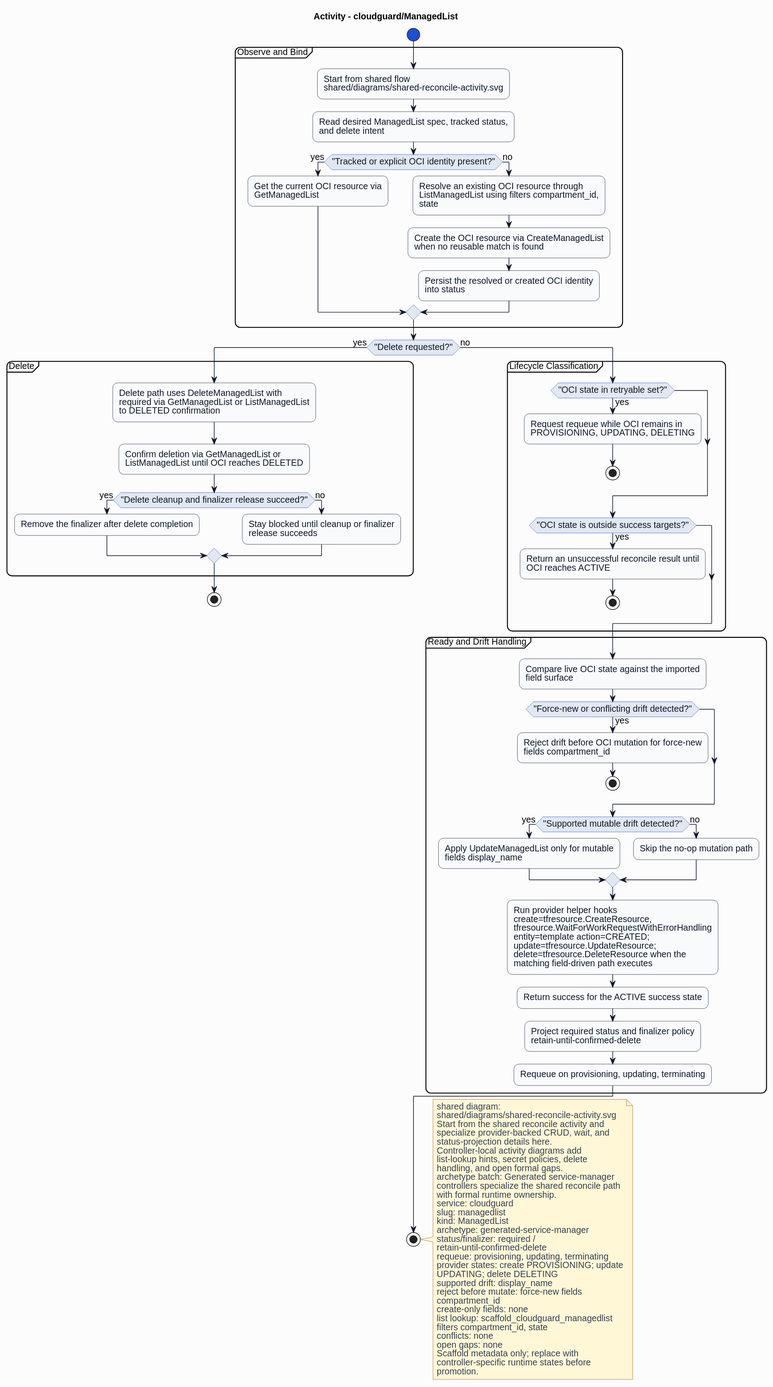
HaoyL666/oci-service-operator keeps this PlantUML diagram as formal/controllers/cloudguard/managedlist/diagrams/activity.svg. Above is the earlier version. The source it was exported from:
```plantuml
@startuml
skinparam shadowing false
skinparam backgroundColor #fcfcfd
skinparam defaultFontName Helvetica
skinparam defaultFontSize 14
skinparam arrowColor #0f172a
skinparam noteBackgroundColor #fff7d6
skinparam noteBorderColor #b45309
skinparam noteFontColor #334155
skinparam roundcorner 16
title Activity - cloudguard/ManagedList
skinparam activity {
  backgroundColor #f8fafc
  borderColor #0f172a
  fontColor #0f172a
  diamondBackgroundColor #e2e8f0
  diamondBorderColor #1d4ed8
  diamondFontColor #0f172a
  startColor #1d4ed8
  endColor #0f172a
  barColor #1d4ed8
}
start
partition "Observe and Bind" {
:Start from shared flow\nshared/diagrams/shared-reconcile-activity.svg;
:Read desired ManagedList spec, tracked status,\nand delete intent;
if ("Tracked or explicit OCI identity present?") then (yes)
:Get the current OCI resource via\nGetManagedList;
else (no)
:Resolve an existing OCI resource through\nListManagedList using filters compartment_id,\nstate;
:Create the OCI resource via CreateManagedList\nwhen no reusable match is found;
:Persist the resolved or created OCI identity\ninto status;
endif
}
if ("Delete requested?") then (yes)
partition "Delete" {
:Delete path uses DeleteManagedList with\nrequired via GetManagedList or ListManagedList\nto DELETED confirmation;
:Confirm deletion via GetManagedList or\nListManagedList until OCI reaches DELETED;
if ("Delete cleanup and finalizer release succeed?") then (yes)
:Remove the finalizer after delete completion;
else (no)
:Stay blocked until cleanup or finalizer\nrelease succeeds;
endif
}
stop
else (no)
partition "Lifecycle Classification" {
if ("OCI state in retryable set?") then (yes)
:Request requeue while OCI remains in\nPROVISIONING, UPDATING, DELETING;
stop
endif
if ("OCI state is outside success targets?") then (yes)
:Return an unsuccessful reconcile result until\nOCI reaches ACTIVE;
stop
endif
}
partition "Ready and Drift Handling" {
:Compare live OCI state against the imported\nfield surface;
if ("Force-new or conflicting drift detected?") then (yes)
:Reject drift before OCI mutation for force-new\nfields compartment_id;
stop
endif
if ("Supported mutable drift detected?") then (yes)
:Apply UpdateManagedList only for mutable\nfields display_name;
else (no)
:Skip the no-op mutation path;
endif
:Run provider helper hooks\ncreate=tfresource.CreateResource,\ntfresource.WaitForWorkRequestWithErrorHandling\nentity=template action=CREATED;\nupdate=tfresource.UpdateResource;\ndelete=tfresource.DeleteResource when the\nmatching field-driven path executes;
:Return success for the ACTIVE success state;
:Project required status and finalizer policy\nretain-until-confirmed-delete;
:Requeue on provisioning, updating, terminating;
}
endif
stop
note right
shared diagram:
shared/diagrams/shared-reconcile-activity.svg
Start from the shared reconcile activity and
specialize provider-backed CRUD, wait, and
status-projection details here.
Controller-local activity diagrams add
list-lookup hints, secret policies, delete
handling, and open formal gaps.
archetype batch: Generated service-manager
controllers specialize the shared reconcile path
with formal runtime ownership.
service: cloudguard
slug: managedlist
kind: ManagedList
archetype: generated-service-manager
status/finalizer: required /
retain-until-confirmed-delete
requeue: provisioning, updating, terminating
provider states: create PROVISIONING; update
UPDATING; delete DELETING
supported drift: display_name
reject before mutate: force-new fields
compartment_id
create-only fields: none
list lookup: scaffold_cloudguard_managedlist
filters compartment_id, state
conflicts: none
open gaps: none
Scaffold metadata only; replace with
controller-specific runtime states before
promotion.
end note
@enduml
```
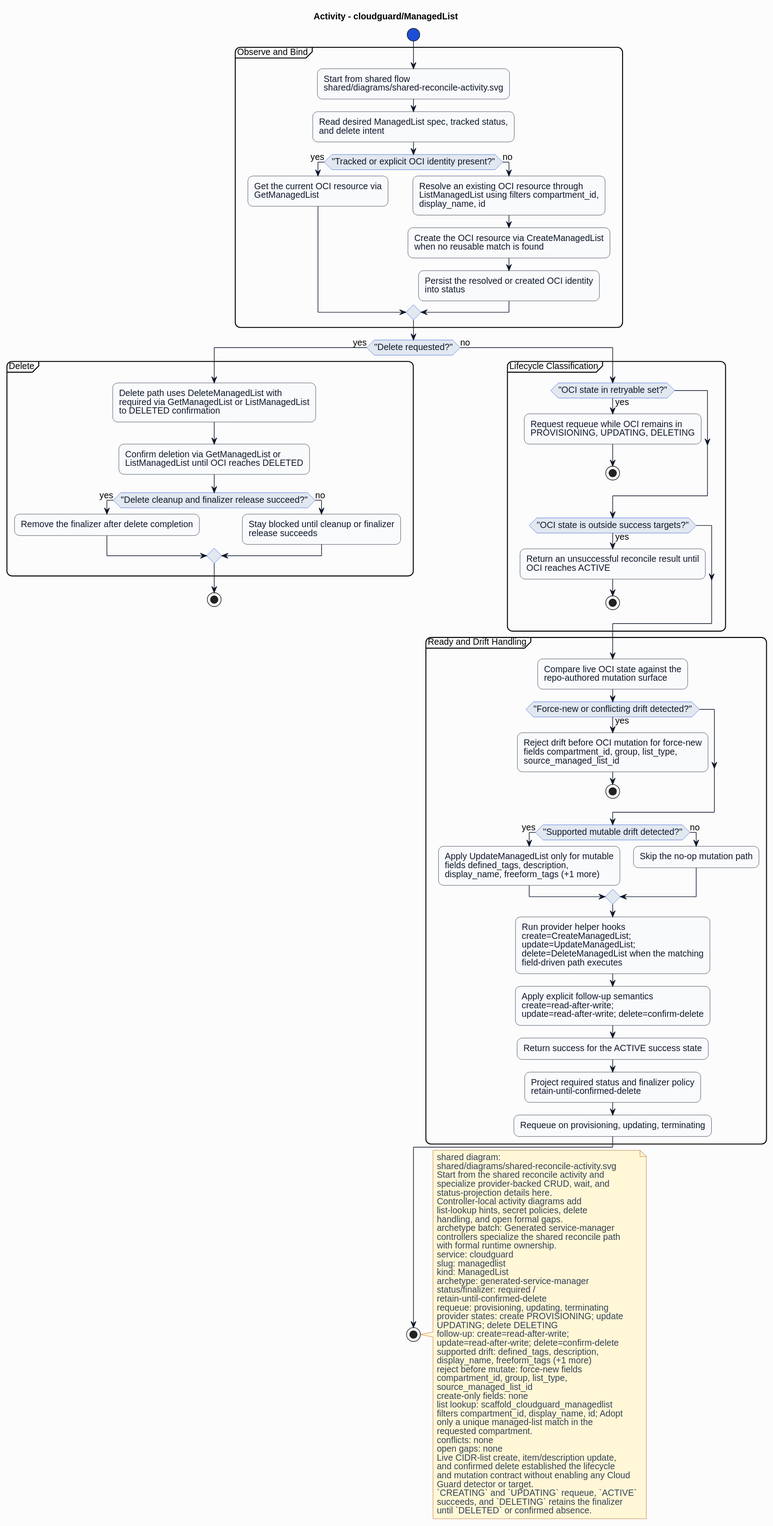
After the commit.

Change to the diagram source:
```diff
@@ -27,7 +27,7 @@
 if ("Tracked or explicit OCI identity present?") then (yes)
 :Get the current OCI resource via\nGetManagedList;
 else (no)
-:Resolve an existing OCI resource through\nListManagedList using filters compartment_id,\nstate;
+:Resolve an existing OCI resource through\nListManagedList using filters compartment_id,\ndisplay_name, id;
 :Create the OCI resource via CreateManagedList\nwhen no reusable match is found;
 :Persist the resolved or created OCI identity\ninto status;
 endif
@@ -55,17 +55,18 @@
 endif
 }
 partition "Ready and Drift Handling" {
-:Compare live OCI state against the imported\nfield surface;
+:Compare live OCI state against the\nrepo-authored mutation surface;
 if ("Force-new or conflicting drift detected?") then (yes)
-:Reject drift before OCI mutation for force-new\nfields compartment_id;
+:Reject drift before OCI mutation for force-new\nfields compartment_id, group, list_type,\nsource_managed_list_id;
 stop
 endif
 if ("Supported mutable drift detected?") then (yes)
-:Apply UpdateManagedList only for mutable\nfields display_name;
+:Apply UpdateManagedList only for mutable\nfields defined_tags, description,\ndisplay_name, freeform_tags (+1 more);
 else (no)
 :Skip the no-op mutation path;
 endif
-:Run provider helper hooks\ncreate=tfresource.CreateResource,\ntfresource.WaitForWorkRequestWithErrorHandling\nentity=template action=CREATED;\nupdate=tfresource.UpdateResource;\ndelete=tfresource.DeleteResource when the\nmatching field-driven path executes;
+:Run provider helper hooks\ncreate=CreateManagedList;\nupdate=UpdateManagedList;\ndelete=DeleteManagedList when the matching\nfield-driven path executes;
+:Apply explicit follow-up semantics\ncreate=read-after-write;\nupdate=read-after-write; delete=confirm-delete;
 :Return success for the ACTIVE success state;
 :Project required status and finalizer policy\nretain-until-confirmed-delete;
 :Requeue on provisioning, updating, terminating;
@@ -93,16 +94,26 @@
 requeue: provisioning, updating, terminating
 provider states: create PROVISIONING; update
 UPDATING; delete DELETING
-supported drift: display_name
+follow-up: create=read-after-write;
+update=read-after-write; delete=confirm-delete
+supported drift: defined_tags, description,
+display_name, freeform_tags (+1 more)
 reject before mutate: force-new fields
-compartment_id
+compartment_id, group, list_type,
+source_managed_list_id
 create-only fields: none
 list lookup: scaffold_cloudguard_managedlist
-filters compartment_id, state
+filters compartment_id, display_name, id; Adopt
+only a unique managed-list match in the
+requested compartment.
 conflicts: none
 open gaps: none
-Scaffold metadata only; replace with
-controller-specific runtime states before
-promotion.
+Live CIDR-list create, item/description update,
+and confirmed delete established the lifecycle
+and mutation contract without enabling any Cloud
+Guard detector or target.
+`CREATING` and `UPDATING` requeue, `ACTIVE`
+succeeds, and `DELETING` retains the finalizer
+until `DELETED` or confirmed absence.
 end note
 @enduml
```
